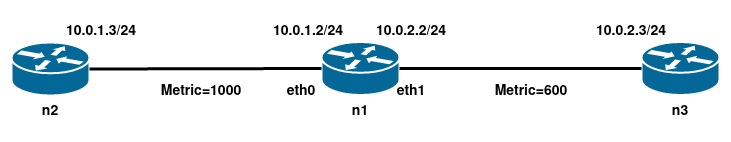
This is images/node.png from benmandrew/DTLSR-Dissertation, a draw.io export, as it was before one commit. Source tidied: cells renumbered, new cells last; positions are measured from the earlier drawing's top-left corner, leaving out a move shared by most shapes.
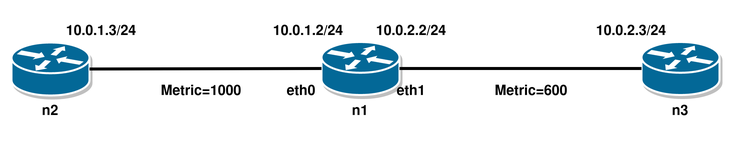
Above is the later version.

What changed in the source:
```diff
@@ -2,13 +2,13 @@
   <root>
     <mxCell id="0" />
     <mxCell id="1" parent="0" />
-    <mxCell id="2" style="shape=mxgraph.cisco.routers.router;html=1;dashed=0;fillColor=#036897;strokeColor=#ffffff;strokeWidth=2;verticalLabelPosition=bottom;verticalAlign=top;align=center;outlineConnect=0;" parent="1" vertex="1">
+    <mxCell id="2" style="shape=mxgraph.cisco.routers.router;html=1;dashed=0;fillColor=#036897;strokeColor=#ffffff;strokeWidth=2;verticalLabelPosition=bottom;verticalAlign=top;align=center;outlineConnect=0;shadow=1;" parent="1" vertex="1">
       <mxGeometry x="321" y="40.5" width="78" height="53" as="geometry" />
     </mxCell>
-    <mxCell id="3" style="shape=mxgraph.cisco.routers.router;html=1;dashed=0;fillColor=#036897;strokeColor=#ffffff;strokeWidth=2;verticalLabelPosition=bottom;verticalAlign=top;align=center;outlineConnect=0;" parent="1" vertex="1">
+    <mxCell id="3" style="shape=mxgraph.cisco.routers.router;html=1;dashed=0;fillColor=#036897;strokeColor=#ffffff;strokeWidth=2;verticalLabelPosition=bottom;verticalAlign=top;align=center;outlineConnect=0;shadow=1;" parent="1" vertex="1">
       <mxGeometry x="11" y="41" width="78" height="53" as="geometry" />
     </mxCell>
-    <mxCell id="4" style="shape=mxgraph.cisco.routers.router;html=1;dashed=0;fillColor=#036897;strokeColor=#ffffff;strokeWidth=2;verticalLabelPosition=bottom;verticalAlign=top;align=center;outlineConnect=0;" parent="1" vertex="1">
+    <mxCell id="4" style="shape=mxgraph.cisco.routers.router;html=1;dashed=0;fillColor=#036897;strokeColor=#ffffff;strokeWidth=2;verticalLabelPosition=bottom;verticalAlign=top;align=center;outlineConnect=0;shadow=1;" parent="1" vertex="1">
       <mxGeometry x="641" y="40.5" width="78" height="53" as="geometry" />
     </mxCell>
     <mxCell id="5" style="endArrow=none;html=1;rounded=0;strokeWidth=3;exitX=0;exitY=0.5;exitDx=0;exitDy=0;exitPerimeter=0;entryX=1;entryY=0.5;entryDx=0;entryDy=0;entryPerimeter=0;" parent="1" edge="1" source="2" target="3">
```
